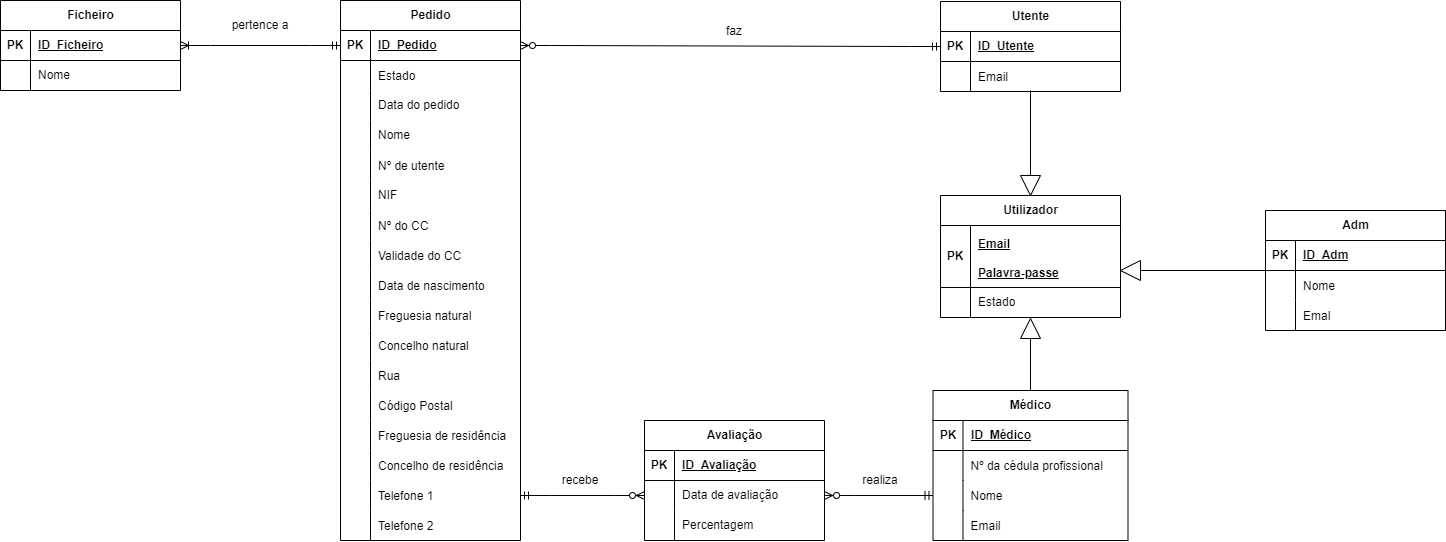
Above: Diagramas/ER/ER_JMAI.png in xaloftal/Juntas (draw.io), before the change. Source tidied: cells renumbered, new cells last; positions are measured from the earlier drawing's top-left corner, leaving out a move shared by most shapes.
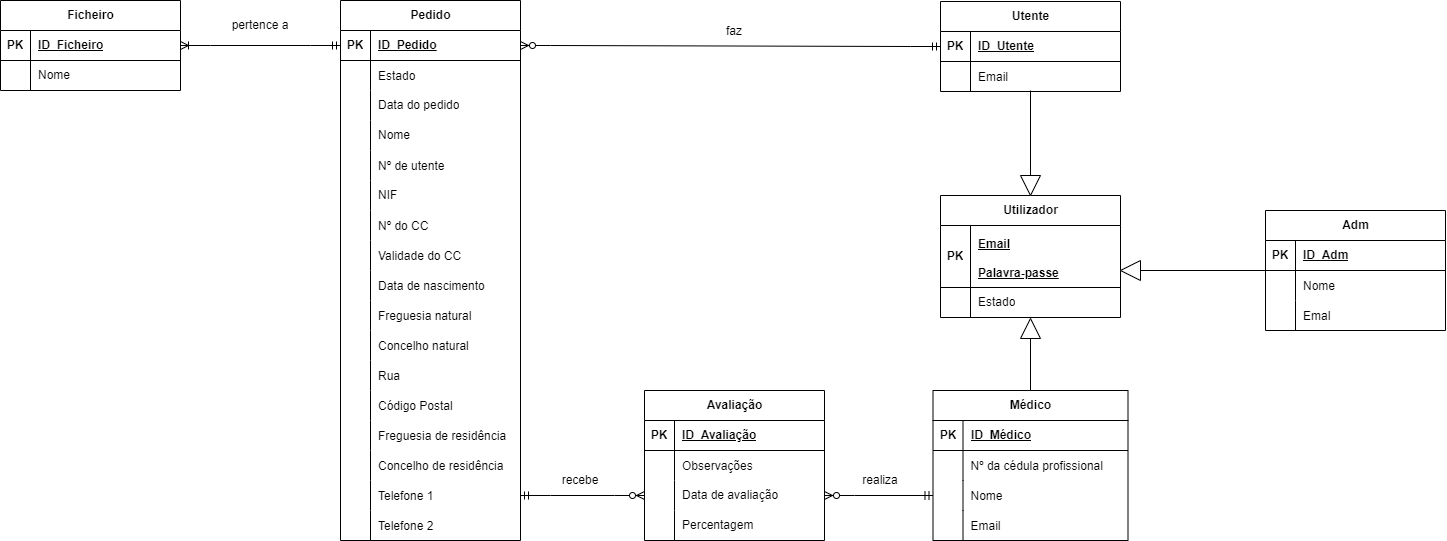
Later version of the same file.

What changed in the source:
```diff
@@ -180,7 +180,7 @@
       <mxGeometry x="30" width="150" height="30" as="geometry" />
     </mxCell>
     <mxCell id="61" value="Avaliação" style="shape=table;startSize=30;rowLines=0;fontStyle=1;align=center;html=1;" parent="1" vertex="1">
-      <mxGeometry x="644" y="420" width="180" height="120" as="geometry" />
+      <mxGeometry x="644" y="390" width="180" height="150" as="geometry" />
     </mxCell>
     <mxCell id="62" style="shape=tableRow;horizontal=0;startSize=0;swimlaneHead=0;swimlaneBody=0;fillColor=none;top=0;left=0;right=0;bottom=1;" parent="61" vertex="1">
       <mxGeometry y="30" width="180" height="30" as="geometry" />
@@ -191,8 +191,17 @@
     <mxCell id="64" value="ID_Avaliação" style="shape=partialRectangle;fillColor=none;top=0;left=0;bottom=0;right=0;align=left;spacingLeft=6;fontStyle=5;overflow=hidden;whiteSpace=wrap;html=1;" parent="62" vertex="1">
       <mxGeometry x="30" width="150" height="30" as="geometry" />
     </mxCell>
+    <mxCell id="123" style="shape=tableRow;horizontal=0;startSize=0;swimlaneHead=0;swimlaneBody=0;fillColor=none;top=0;left=0;right=0;bottom=0;" parent="61" vertex="1">
+      <mxGeometry y="60" width="180" height="30" as="geometry" />
+    </mxCell>
+    <mxCell id="124" style="shape=partialRectangle;fillColor=none;top=0;left=0;bottom=0;right=0;overflow=hidden;" parent="123" vertex="1">
+      <mxGeometry width="30" height="30" as="geometry" />
+    </mxCell>
+    <mxCell id="125" value="Observações" style="shape=partialRectangle;fillColor=none;top=0;left=0;bottom=0;right=0;align=left;spacingLeft=6;overflow=hidden;" parent="123" vertex="1">
+      <mxGeometry x="30" width="150" height="30" as="geometry" />
+    </mxCell>
     <mxCell id="65" style="shape=tableRow;horizontal=0;startSize=0;swimlaneHead=0;swimlaneBody=0;fillColor=none;points=[[0,0.5],[1,0.5]];portConstraint=eastwest;top=0;left=0;right=0;bottom=0;" parent="61" vertex="1">
-      <mxGeometry y="60" width="180" height="30" as="geometry" />
+      <mxGeometry y="90" width="180" height="30" as="geometry" />
     </mxCell>
     <mxCell id="66" style="shape=partialRectangle;fillColor=none;top=0;left=0;bottom=0;right=0;overflow=hidden;whiteSpace=wrap;html=1;" parent="65" vertex="1">
       <mxGeometry width="30" height="30" as="geometry" />
@@ -201,7 +210,7 @@
       <mxGeometry x="30" width="150" height="30" as="geometry" />
     </mxCell>
     <mxCell id="68" style="shape=tableRow;horizontal=0;startSize=0;swimlaneHead=0;swimlaneBody=0;fillColor=none;top=0;left=0;right=0;bottom=0;" parent="61" vertex="1">
-      <mxGeometry y="90" width="180" height="30" as="geometry" />
+      <mxGeometry y="120" width="180" height="30" as="geometry" />
     </mxCell>
     <mxCell id="69" style="shape=partialRectangle;fillColor=none;top=0;left=0;bottom=0;right=0;overflow=hidden;whiteSpace=wrap;html=1;" parent="68" vertex="1">
       <mxGeometry width="30" height="30" as="geometry" />
```
